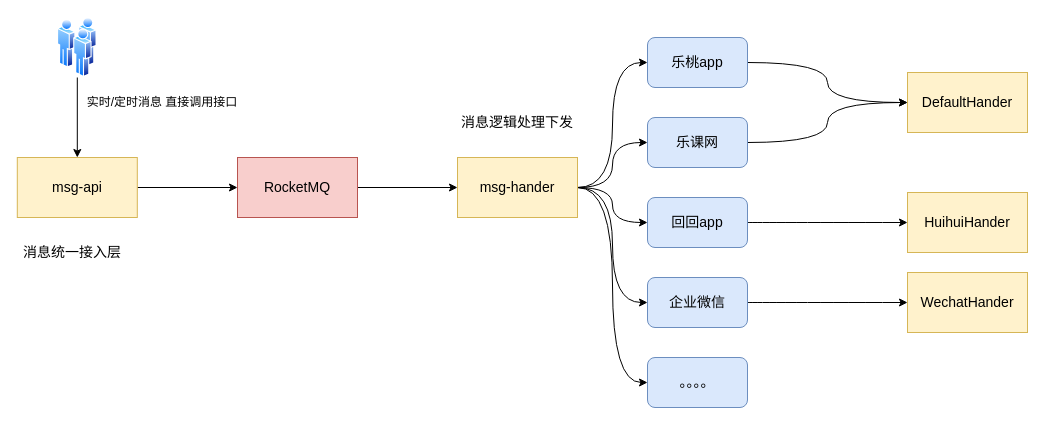
The draw.io diagram 中台/未命名绘图.drawio in gudujiujian11/diagram, before the edit. Source tidied: cells renumbered, new cells numbered last; positions are measured from the earlier drawing's top-left corner, leaving out a move shared by most shapes. Both pictures are drawn from the tidied source at 100%, with x=0, y=0 at pixel (17, 17).
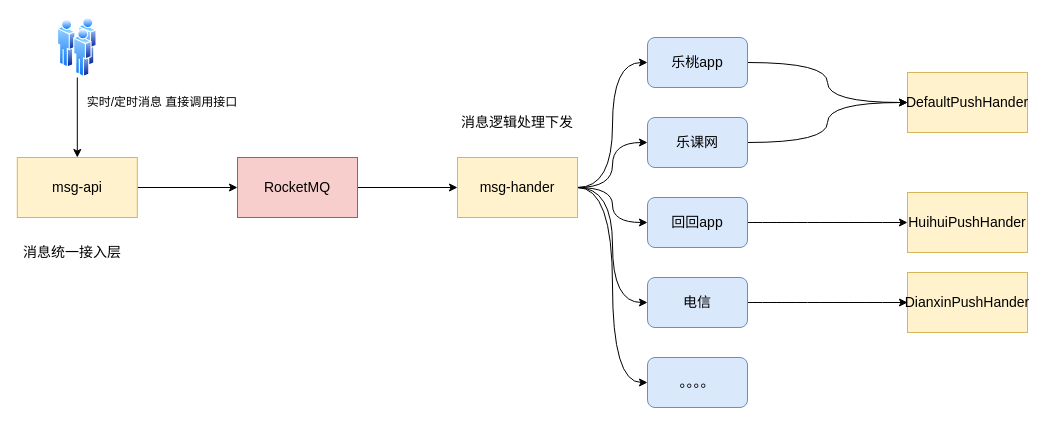
The same page after the edit.

What changed in the source:
```diff
@@
-    <mxCell id="24" value="企业微信" style="rounded=1;whiteSpace=wrap;html=1;fontSize=14;fillColor=#dae8fc;strokeColor=#6c8ebf;" parent="1" vertex="1">
+    <mxCell id="24" value="电信" style="rounded=1;whiteSpace=wrap;html=1;fontSize=14;fillColor=#dae8fc;strokeColor=#6c8ebf;" parent="1" vertex="1">
       <mxGeometry x="630" y="260" width="100" height="50" as="geometry" />
     </mxCell>
@@
-    <mxCell id="26" value="&lt;font style=&quot;font-size: 14px;&quot;&gt;DefaultHander&lt;br&gt;&lt;/font&gt;" style="rounded=0;whiteSpace=wrap;html=1;fillColor=#fff2cc;strokeColor=#d6b656;" parent="1" vertex="1">
+    <mxCell id="26" value="&lt;font style=&quot;font-size: 14px;&quot;&gt;DefaultPushHander&lt;br&gt;&lt;/font&gt;" style="rounded=0;whiteSpace=wrap;html=1;fillColor=#fff2cc;strokeColor=#d6b656;" parent="1" vertex="1">
       <mxGeometry x="890" y="55" width="120" height="60" as="geometry" />
     </mxCell>
-    <mxCell id="27" value="&lt;font style=&quot;font-size: 14px;&quot;&gt;WechatHander&lt;br&gt;&lt;/font&gt;" style="rounded=0;whiteSpace=wrap;html=1;fillColor=#fff2cc;strokeColor=#d6b656;" parent="1" vertex="1">
+    <mxCell id="27" value="&lt;font style=&quot;font-size: 14px;&quot;&gt;DianxinPushHander&lt;br&gt;&lt;/font&gt;" style="rounded=0;whiteSpace=wrap;html=1;fillColor=#fff2cc;strokeColor=#d6b656;" parent="1" vertex="1">
       <mxGeometry x="890" y="255" width="120" height="60" as="geometry" />
     </mxCell>
-    <mxCell id="28" value="&lt;font style=&quot;font-size: 14px;&quot;&gt;HuihuiHander&lt;br&gt;&lt;/font&gt;" style="rounded=0;whiteSpace=wrap;html=1;fillColor=#fff2cc;strokeColor=#d6b656;" parent="1" vertex="1">
+    <mxCell id="28" value="&lt;font style=&quot;font-size: 14px;&quot;&gt;HuihuiPushHander&lt;br&gt;&lt;/font&gt;" style="rounded=0;whiteSpace=wrap;html=1;fillColor=#fff2cc;strokeColor=#d6b656;" parent="1" vertex="1">
       <mxGeometry x="890" y="175" width="120" height="60" as="geometry" />
     </mxCell>
```
